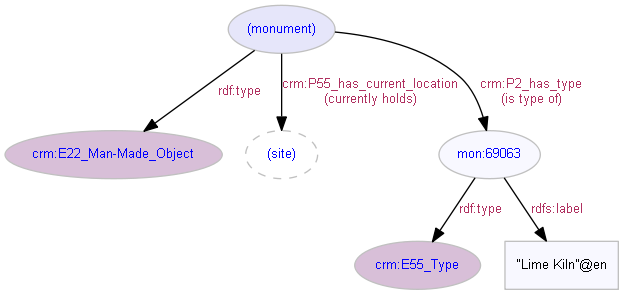
Above: docs/img/ld4he-monument.png in cbinding/LD4HE (Graphviz), before the change. Its source is kept beside it as diagrams/ld4he-monument.dot.
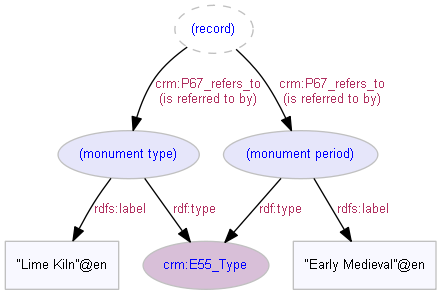
Above is the later version.

Diff of the diagram source:
```diff
@@ -1,14 +1,16 @@
 digraph {
    node [color=gray, fontcolor=blue, fontsize=10, fontname=Arial, style=filled, fillcolor=ghostwhite];
-   edge [color=black, fontcolor=maroon, fontsize=10, fontname=Arial];
-   "crm:E22_Man-Made_Object" [fillcolor=thistle, target="crm", URL="http://www.cidoc-crm.org/cidoc-crm/E22_Man-Made_Object"];
+   edge [color=black, fontcolor=maroon, fontsize=10, fontname=Arial ];
+   "(record)" [style=dashed];
+   "(monument type)" [fillcolor=lavender];
+   "(monument period)" [fillcolor=lavender];
+   "\"Lime Kiln\"@en" [shape=box, fontcolor=black];
+   "\"Early Medieval\"@en" [shape=box, fontcolor=black];
    "crm:E55_Type" [fillcolor=thistle, target="crm", URL="http://www.cidoc-crm.org/cidoc-crm/E55_Type"];
-   "(site)" [style=dashed];
-   "(monument)" [fillcolor=lavender];
-   "(monument)" -> "crm:E22_Man-Made_Object" [label="rdf:type", labelURL="http://www.w3.org/1999/02/22-rdf-syntax-ns#type"];
-   "(monument)" -> "mon:69063" [label="crm:P2_has_type\n(is type of)", labelURL="http://www.cidoc-crm.org/cidoc-crm/P2_has_type"];
-   "(monument)" -> "(site)" [label="crm:P55_has_current_location\n(currently holds)", labelURL="http://www.cidoc-crm.org/cidoc-crm/P55_has_current_location"];
-   "mon:69063" -> "crm:E55_Type" [label="rdf:type", labelURL="http://www.w3.org/1999/02/22-rdf-syntax-ns#type"];
-   "\"Lime Kiln\"@en" [shape=box, fontcolor=black];
-   "mon:69063" -> "\"Lime Kiln\"@en" [label="rdfs:label", labelURL="http://www.w3.org/2000/01/rdf-schema#label"];
+   "(record)" -> "(monument type)" [label="crm:P67_refers_to\n(is referred to by)", labelURL="http://www.cidoc-crm.org/cidoc-crm/P67_refers_to"];
+   "(record)" -> "(monument period)" [label="crm:P67_refers_to\n(is referred to by)", labelURL="http://www.cidoc-crm.org/cidoc-crm/P67_refers_to"];
+   "(monument type)" -> "crm:E55_Type" [label="rdf:type", labelURL="http://www.w3.org/1999/02/22-rdf-syntax-ns#type"];
+   "(monument period)" -> "crm:E55_Type" [label="rdf:type", labelURL="http://www.w3.org/1999/02/22-rdf-syntax-ns#type"];
+   "(monument type)" ->  "\"Lime Kiln\"@en" [label="rdfs:label", labelURL="http://www.w3.org/2000/01/rdf-schema#label"];
+   "(monument period)" ->  "\"Early Medieval\"@en" [label="rdfs:label", labelURL="http://www.w3.org/2000/01/rdf-schema#label"];
  }
```
